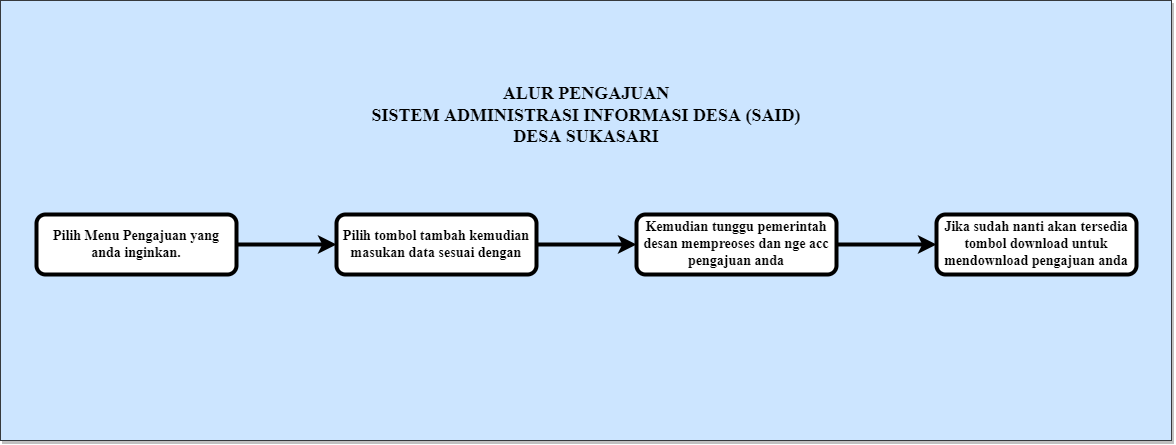
The draw.io diagram public/dashboard/alurpengajuan.png in Lukman08/said, before a commit. Source tidied: cells renumbered, new cells last; positions are measured from the earlier drawing's top-left corner, leaving out a move shared by most shapes. The source it was exported from:
```xml
<mxGraphModel>
  <root>
    <mxCell id="0" />
    <mxCell id="1" parent="0" />
    <mxCell id="2" style="rounded=0;whiteSpace=wrap;html=1;sketch=0;fontFamily=Times New Roman;fontSize=18;strokeWidth=1;fillColor=#cce5ff;shadow=1;strokeColor=#36393d;" parent="1" vertex="1">
      <mxGeometry width="1171" height="440" as="geometry" />
    </mxCell>
    <mxCell id="3" style="edgeStyle=orthogonalEdgeStyle;curved=0;rounded=1;sketch=0;jettySize=auto;html=1;exitX=1;exitY=0.5;exitDx=0;exitDy=0;entryX=0;entryY=0.5;entryDx=0;entryDy=0;fontFamily=Times New Roman;fontSize=14;strokeWidth=4;" parent="1" edge="1" source="4" target="6">
      <mxGeometry relative="1" as="geometry" />
    </mxCell>
    <mxCell id="4" value="&lt;b&gt;&lt;font face=&quot;Times New Roman&quot; style=&quot;font-size: 14px;&quot;&gt;Pilih Menu Pengajuan yang anda inginkan.&lt;/font&gt;&lt;/b&gt;" style="rounded=1;whiteSpace=wrap;html=1;sketch=0;strokeWidth=4;" parent="1" vertex="1">
      <mxGeometry x="36" y="214" width="200" height="60" as="geometry" />
    </mxCell>
    <mxCell id="5" style="edgeStyle=orthogonalEdgeStyle;curved=0;rounded=1;sketch=0;jettySize=auto;html=1;exitX=1;exitY=0.5;exitDx=0;exitDy=0;entryX=0;entryY=0.5;entryDx=0;entryDy=0;fontFamily=Times New Roman;fontSize=14;strokeWidth=4;" parent="1" edge="1" source="6" target="8">
      <mxGeometry relative="1" as="geometry" />
    </mxCell>
    <mxCell id="6" value="&lt;b&gt;&lt;font face=&quot;Times New Roman&quot; style=&quot;font-size: 14px;&quot;&gt;Pilih tombol tambah kemudian masukan data sesuai dengan&lt;/font&gt;&lt;/b&gt;" style="rounded=1;whiteSpace=wrap;html=1;sketch=0;strokeWidth=4;" parent="1" vertex="1">
      <mxGeometry x="336" y="214" width="200" height="60" as="geometry" />
    </mxCell>
    <mxCell id="7" style="edgeStyle=orthogonalEdgeStyle;curved=0;rounded=1;sketch=0;jettySize=auto;html=1;exitX=1;exitY=0.5;exitDx=0;exitDy=0;entryX=0;entryY=0.5;entryDx=0;entryDy=0;fontFamily=Times New Roman;fontSize=14;strokeWidth=4;" parent="1" edge="1" source="8" target="9">
      <mxGeometry relative="1" as="geometry" />
    </mxCell>
    <mxCell id="8" value="&lt;b&gt;&lt;font face=&quot;Times New Roman&quot; style=&quot;font-size: 14px;&quot;&gt;Kemudian tunggu pemerintah desan mempreoses dan nge acc pengajuan anda&lt;/font&gt;&lt;/b&gt;" style="rounded=1;whiteSpace=wrap;html=1;sketch=0;strokeWidth=4;fillColor=default;" parent="1" vertex="1">
      <mxGeometry x="636" y="214" width="200" height="60" as="geometry" />
    </mxCell>
    <mxCell id="9" value="&lt;b&gt;&lt;font face=&quot;Times New Roman&quot; style=&quot;font-size: 14px;&quot;&gt;Jika sudah nanti akan tersedia tombol download untuk mendownload pengajuan anda&lt;/font&gt;&lt;/b&gt;" style="rounded=1;whiteSpace=wrap;html=1;sketch=0;strokeWidth=4;fillColor=default;" parent="1" vertex="1">
      <mxGeometry x="936" y="214" width="200" height="60" as="geometry" />
    </mxCell>
    <mxCell id="10" value="&lt;b&gt;&lt;font style=&quot;font-size: 18px;&quot;&gt;ALUR PENGAJUAN&lt;br&gt;SISTEM ADMINISTRASI INFORMASI DESA (SAID)&lt;br&gt;DESA SUKASARI&lt;br&gt;&lt;/font&gt;&lt;/b&gt;" style="text;html=1;strokeColor=none;fillColor=none;align=center;verticalAlign=middle;whiteSpace=wrap;rounded=0;sketch=0;fontFamily=Times New Roman;fontSize=14;" parent="1" vertex="1">
      <mxGeometry x="326" y="60" width="520" height="110" as="geometry" />
    </mxCell>
  </root>
</mxGraphModel>
```
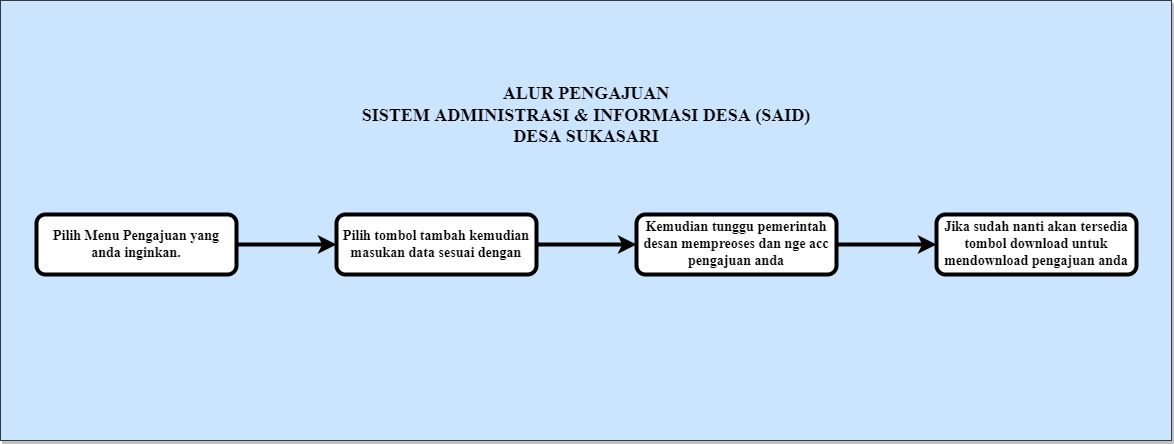
The same diagram one commit later.

What changed in the source:
```diff
@@ -26,7 +26,7 @@
     <mxCell id="9" value="&lt;b&gt;&lt;font face=&quot;Times New Roman&quot; style=&quot;font-size: 14px;&quot;&gt;Jika sudah nanti akan tersedia tombol download untuk mendownload pengajuan anda&lt;/font&gt;&lt;/b&gt;" style="rounded=1;whiteSpace=wrap;html=1;sketch=0;strokeWidth=4;fillColor=default;" parent="1" vertex="1">
       <mxGeometry x="936" y="214" width="200" height="60" as="geometry" />
     </mxCell>
-    <mxCell id="10" value="&lt;b&gt;&lt;font style=&quot;font-size: 18px;&quot;&gt;ALUR PENGAJUAN&lt;br&gt;SISTEM ADMINISTRASI INFORMASI DESA (SAID)&lt;br&gt;DESA SUKASARI&lt;br&gt;&lt;/font&gt;&lt;/b&gt;" style="text;html=1;strokeColor=none;fillColor=none;align=center;verticalAlign=middle;whiteSpace=wrap;rounded=0;sketch=0;fontFamily=Times New Roman;fontSize=14;" parent="1" vertex="1">
+    <mxCell id="10" value="&lt;b&gt;&lt;font style=&quot;font-size: 18px;&quot;&gt;ALUR PENGAJUAN&lt;br&gt;SISTEM ADMINISTRASI &amp;amp; INFORMASI DESA (SAID)&lt;br&gt;DESA SUKASARI&lt;br&gt;&lt;/font&gt;&lt;/b&gt;" style="text;html=1;strokeColor=none;fillColor=none;align=center;verticalAlign=middle;whiteSpace=wrap;rounded=0;sketch=0;fontFamily=Times New Roman;fontSize=14;spacing=4;" parent="1" vertex="1">
       <mxGeometry x="326" y="60" width="520" height="110" as="geometry" />
     </mxCell>
   </root>
```
